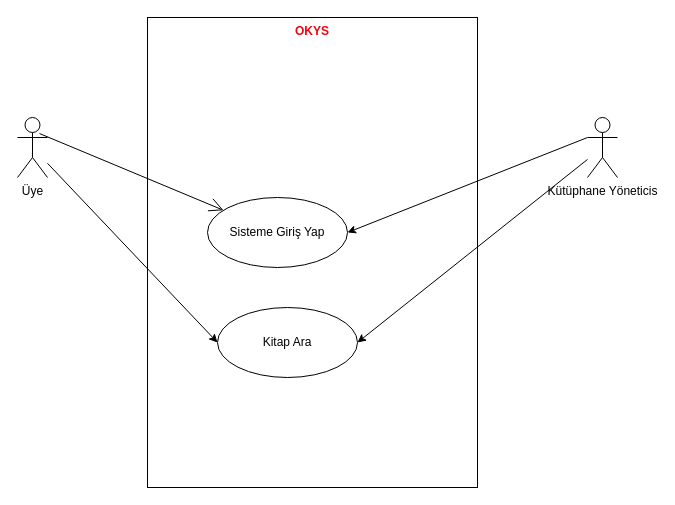
This is page "UseCase" (2 of 2) of doc/Untitled Diagram.drawio from tdursun/oop2026, a draw.io file, before an edit. Source tidied: cells renumbered, new cells numbered last; positions are measured from the earlier drawing's top-left corner, leaving out a move shared by most shapes. Both pictures are drawn from the tidied source at 100%, with x=0, y=0 at pixel (17, 17).
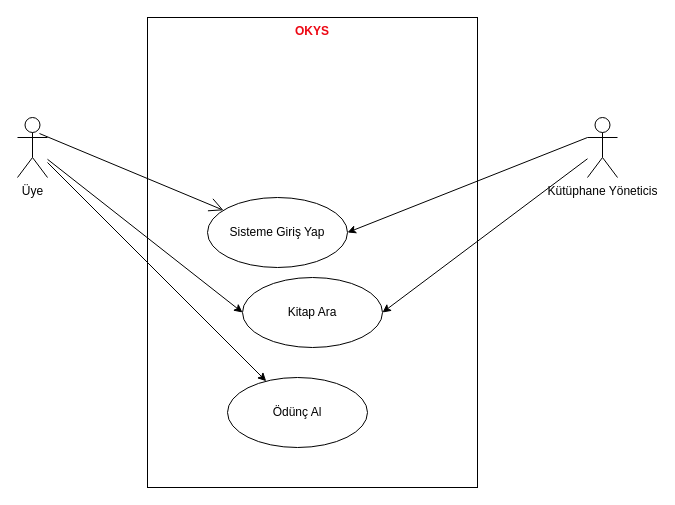
After the change.

Commit message:
odunc al use case eklendi

Change to the diagram source:
```diff
@@
 <mxGraphModel>
   <root>
     <mxCell id="0" />
     <mxCell id="1" parent="0" />
     <mxCell id="2" value="OKYS" style="rounded=0;whiteSpace=wrap;html=1;verticalAlign=top;fontColor=light-dark(#ed0713, #ededed);fontStyle=1;" parent="1" vertex="1">
       <mxGeometry x="130" width="330" height="470" as="geometry" />
     </mxCell>
     <mxCell id="3" style="rounded=0;jettySize=auto;html=1;entryX=0;entryY=0.5;entryDx=0;entryDy=0;" parent="1" edge="1" source="4" target="10">
       <mxGeometry relative="1" as="geometry" />
     </mxCell>
+    <mxCell id="11" style="rounded=0;jettySize=auto;html=1;" parent="1" edge="1" source="4" target="12">
+      <mxGeometry relative="1" as="geometry" />
+    </mxCell>
     <mxCell id="4" value="Üye" style="shape=umlActor;verticalLabelPosition=bottom;verticalAlign=top;html=1;" parent="1" vertex="1">
       <mxGeometry y="100" width="30" height="60" as="geometry" />
     </mxCell>
     <mxCell id="5" value="Sisteme Giriş Yap" style="ellipse;whiteSpace=wrap;html=1;" parent="1" vertex="1">
       <mxGeometry x="190" y="180" width="140" height="70" as="geometry" />
     </mxCell>
     <mxCell id="6" style="endArrow=open;endFill=1;endSize=12;html=1;rounded=0;exitX=0.733;exitY=0.267;exitDx=0;exitDy=0;exitPerimeter=0;" parent="1" edge="1" source="4" target="5">
       <mxGeometry relative="1" as="geometry" />
     </mxCell>
     <mxCell id="7" style="rounded=0;jettySize=auto;html=1;exitX=0;exitY=0.3333333333333333;exitDx=0;exitDy=0;exitPerimeter=0;entryX=1;entryY=0.5;entryDx=0;entryDy=0;" parent="1" edge="1" source="9" target="5">
       <mxGeometry relative="1" as="geometry" />
     </mxCell>
     <mxCell id="8" style="rounded=0;jettySize=auto;html=1;entryX=1;entryY=0.5;entryDx=0;entryDy=0;" parent="1" edge="1" source="9" target="10">
       <mxGeometry relative="1" as="geometry" />
     </mxCell>
     <mxCell id="9" value="Kütüphane Yöneticis" style="shape=umlActor;verticalLabelPosition=bottom;verticalAlign=top;html=1;outlineConnect=0;" parent="1" vertex="1">
       <mxGeometry x="570" y="100" width="30" height="60" as="geometry" />
     </mxCell>
     <mxCell id="10" value="Kitap Ara" style="ellipse;whiteSpace=wrap;html=1;" parent="1" vertex="1">
-      <mxGeometry x="200" y="290" width="140" height="70" as="geometry" />
+      <mxGeometry x="225" y="260" width="140" height="70" as="geometry" />
     </mxCell>
+    <mxCell id="12" value="Ödünç Al" style="ellipse;whiteSpace=wrap;html=1;" parent="1" vertex="1">
+      <mxGeometry x="210" y="360" width="140" height="70" as="geometry" />
+    </mxCell>
   </root>
 </mxGraphModel>
```
